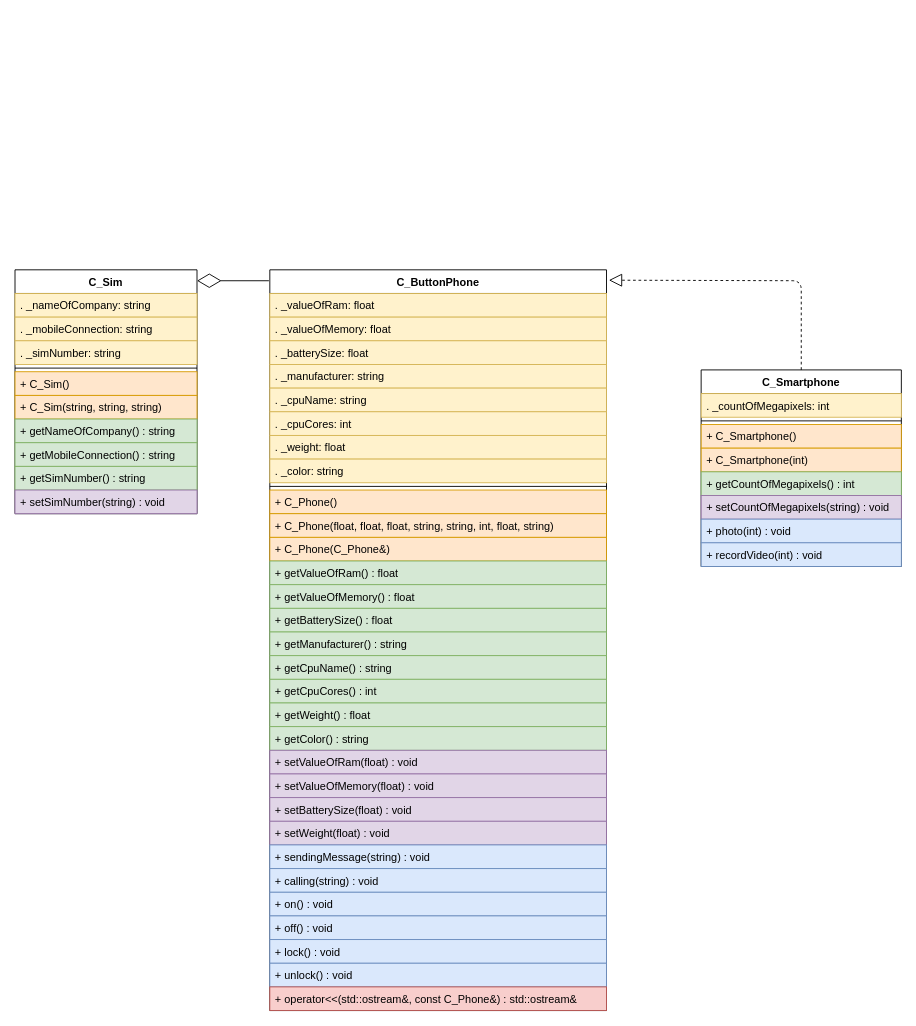
Earlier version of the draw.io diagram Untitled Diagram.drawio (Bogdan0012/UML-works). Source tidied: cells renumbered, new cells numbered last; positions are measured from the earlier drawing's top-left corner, leaving out a move shared by most shapes. Both pictures are drawn from the tidied source at 91%, with x=0, y=0 at pixel (15, 269).
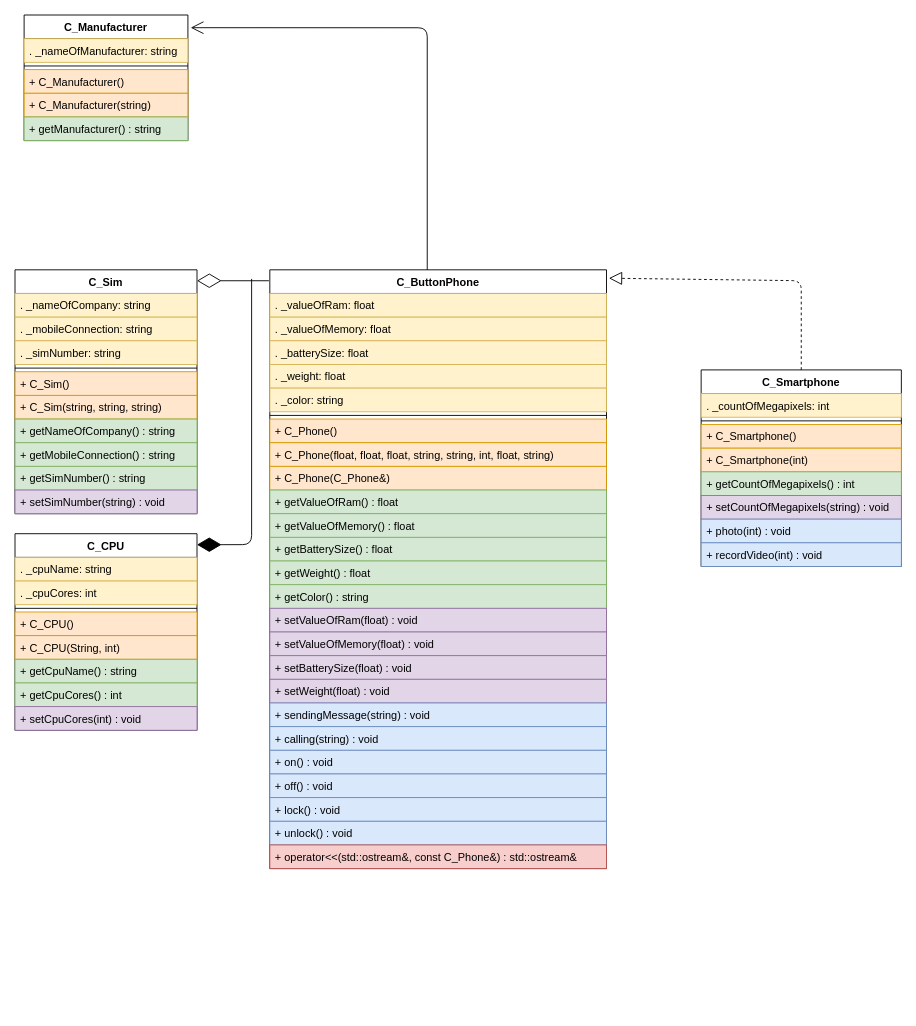
The same diagram, later.

The edit, as a diff of the source:
```diff
@@
     <mxCell id="2" value="C_ButtonPhone" style="swimlane;fontStyle=1;align=center;verticalAlign=top;horizontal=1;startSize=26;" parent="1" vertex="1">
-      <mxGeometry x="280" width="370" height="814" as="geometry" />
+      <mxGeometry x="280" width="370" height="658" as="geometry" />
     </mxCell>
@@
-    <mxCell id="6" value=". _manufacturer: string" style="text;strokeColor=#d6b656;fillColor=#fff2cc;align=left;verticalAlign=top;spacingLeft=4;spacingRight=4;overflow=hidden;" parent="2" vertex="1">
-      <mxGeometry y="104" width="370" height="26" as="geometry" />
-    </mxCell>
-    <mxCell id="7" value=". _cpuName: string" style="text;strokeColor=#d6b656;fillColor=#fff2cc;align=left;verticalAlign=top;spacingLeft=4;spacingRight=4;overflow=hidden;" parent="2" vertex="1">
-      <mxGeometry y="130" width="370" height="26" as="geometry" />
-    </mxCell>
-    <mxCell id="8" value=". _cpuCores: int" style="text;strokeColor=#d6b656;fillColor=#fff2cc;align=left;verticalAlign=top;spacingLeft=4;spacingRight=4;overflow=hidden;" parent="2" vertex="1">
-      <mxGeometry y="156" width="370" height="26" as="geometry" />
-    </mxCell>
     <mxCell id="9" value=". _weight: float" style="text;strokeColor=#d6b656;fillColor=#fff2cc;align=left;verticalAlign=top;spacingLeft=4;spacingRight=4;overflow=hidden;" parent="2" vertex="1">
-      <mxGeometry y="182" width="370" height="26" as="geometry" />
+      <mxGeometry y="104" width="370" height="26" as="geometry" />
     </mxCell>
     <mxCell id="10" value=". _color: string" style="text;strokeColor=#d6b656;fillColor=#fff2cc;align=left;verticalAlign=top;spacingLeft=4;spacingRight=4;overflow=hidden;" parent="2" vertex="1">
-      <mxGeometry y="208" width="370" height="26" as="geometry" />
+      <mxGeometry y="130" width="370" height="26" as="geometry" />
     </mxCell>
     <mxCell id="11" style="line;strokeWidth=1;fillColor=none;align=left;verticalAlign=middle;spacingTop=-1;spacingLeft=3;spacingRight=3;labelPosition=right;" parent="2" vertex="1">
-      <mxGeometry y="234" width="370" height="8" as="geometry" />
+      <mxGeometry y="156" width="370" height="8" as="geometry" />
     </mxCell>
     <mxCell id="12" value="+ C_Phone()" style="text;strokeColor=#d79b00;fillColor=#ffe6cc;align=left;verticalAlign=top;spacingLeft=4;spacingRight=4;overflow=hidden;" parent="2" vertex="1">
-      <mxGeometry y="242" width="370" height="26" as="geometry" />
+      <mxGeometry y="164" width="370" height="26" as="geometry" />
     </mxCell>
     <mxCell id="13" value="+ C_Phone(float, float, float, string, string, int, float, string)" style="text;strokeColor=#d79b00;fillColor=#ffe6cc;align=left;verticalAlign=top;spacingLeft=4;spacingRight=4;overflow=hidden;" parent="2" vertex="1">
-      <mxGeometry y="268" width="370" height="26" as="geometry" />
+      <mxGeometry y="190" width="370" height="26" as="geometry" />
     </mxCell>
     <mxCell id="14" value="+ C_Phone(C_Phone&amp;)" style="text;strokeColor=#d79b00;fillColor=#ffe6cc;align=left;verticalAlign=top;spacingLeft=4;spacingRight=4;overflow=hidden;" parent="2" vertex="1">
-      <mxGeometry y="294" width="370" height="26" as="geometry" />
+      <mxGeometry y="216" width="370" height="26" as="geometry" />
     </mxCell>
     <mxCell id="15" value="+ getValueOfRam() : float" style="text;strokeColor=#82b366;fillColor=#d5e8d4;align=left;verticalAlign=top;spacingLeft=4;spacingRight=4;overflow=hidden;" parent="2" vertex="1">
-      <mxGeometry y="320" width="370" height="26" as="geometry" />
+      <mxGeometry y="242" width="370" height="26" as="geometry" />
     </mxCell>
     <mxCell id="16" value="+ getValueOfMemory() : float" style="text;strokeColor=#82b366;fillColor=#d5e8d4;align=left;verticalAlign=top;spacingLeft=4;spacingRight=4;overflow=hidden;" parent="2" vertex="1">
-      <mxGeometry y="346" width="370" height="26" as="geometry" />
+      <mxGeometry y="268" width="370" height="26" as="geometry" />
     </mxCell>
     <mxCell id="17" value="+ getBatterySize() : float" style="text;strokeColor=#82b366;fillColor=#d5e8d4;align=left;verticalAlign=top;spacingLeft=4;spacingRight=4;overflow=hidden;" parent="2" vertex="1">
-      <mxGeometry y="372" width="370" height="26" as="geometry" />
+      <mxGeometry y="294" width="370" height="26" as="geometry" />
     </mxCell>
-    <mxCell id="18" value="+ getManufacturer() : string" style="text;strokeColor=#82b366;fillColor=#d5e8d4;align=left;verticalAlign=top;spacingLeft=4;spacingRight=4;overflow=hidden;" parent="2" vertex="1">
-      <mxGeometry y="398" width="370" height="26" as="geometry" />
-    </mxCell>
-    <mxCell id="19" value="+ getCpuName() : string" style="text;strokeColor=#82b366;fillColor=#d5e8d4;align=left;verticalAlign=top;spacingLeft=4;spacingRight=4;overflow=hidden;" parent="2" vertex="1">
-      <mxGeometry y="424" width="370" height="26" as="geometry" />
-    </mxCell>
-    <mxCell id="20" value="+ getCpuCores() : int" style="text;strokeColor=#82b366;fillColor=#d5e8d4;align=left;verticalAlign=top;spacingLeft=4;spacingRight=4;overflow=hidden;" parent="2" vertex="1">
-      <mxGeometry y="450" width="370" height="26" as="geometry" />
-    </mxCell>
     <mxCell id="21" value="+ getWeight() : float" style="text;strokeColor=#82b366;fillColor=#d5e8d4;align=left;verticalAlign=top;spacingLeft=4;spacingRight=4;overflow=hidden;" parent="2" vertex="1">
-      <mxGeometry y="476" width="370" height="26" as="geometry" />
+      <mxGeometry y="320" width="370" height="26" as="geometry" />
     </mxCell>
     <mxCell id="22" value="+ getColor() : string" style="text;strokeColor=#82b366;fillColor=#d5e8d4;align=left;verticalAlign=top;spacingLeft=4;spacingRight=4;overflow=hidden;" parent="2" vertex="1">
-      <mxGeometry y="502" width="370" height="26" as="geometry" />
+      <mxGeometry y="346" width="370" height="26" as="geometry" />
     </mxCell>
     <mxCell id="23" value="+ setValueOfRam(float) : void" style="text;strokeColor=#9673a6;fillColor=#e1d5e7;align=left;verticalAlign=top;spacingLeft=4;spacingRight=4;overflow=hidden;" parent="2" vertex="1">
-      <mxGeometry y="528" width="370" height="26" as="geometry" />
+      <mxGeometry y="372" width="370" height="26" as="geometry" />
     </mxCell>
     <mxCell id="24" value="+ setValueOfMemory(float) : void" style="text;strokeColor=#9673a6;fillColor=#e1d5e7;align=left;verticalAlign=top;spacingLeft=4;spacingRight=4;overflow=hidden;" parent="2" vertex="1">
-      <mxGeometry y="554" width="370" height="26" as="geometry" />
+      <mxGeometry y="398" width="370" height="26" as="geometry" />
     </mxCell>
     <mxCell id="25" value="+ setBatterySize(float) : void" style="text;strokeColor=#9673a6;fillColor=#e1d5e7;align=left;verticalAlign=top;spacingLeft=4;spacingRight=4;overflow=hidden;" parent="2" vertex="1">
-      <mxGeometry y="580" width="370" height="26" as="geometry" />
+      <mxGeometry y="424" width="370" height="26" as="geometry" />
     </mxCell>
     <mxCell id="26" value="+ setWeight(float) : void" style="text;strokeColor=#9673a6;fillColor=#e1d5e7;align=left;verticalAlign=top;spacingLeft=4;spacingRight=4;overflow=hidden;" parent="2" vertex="1">
-      <mxGeometry y="606" width="370" height="26" as="geometry" />
+      <mxGeometry y="450" width="370" height="26" as="geometry" />
     </mxCell>
     <mxCell id="27" value="+ sendingMessage(string) : void" style="text;strokeColor=#6c8ebf;fillColor=#dae8fc;align=left;verticalAlign=top;spacingLeft=4;spacingRight=4;overflow=hidden;" parent="2" vertex="1">
-      <mxGeometry y="632" width="370" height="26" as="geometry" />
+      <mxGeometry y="476" width="370" height="26" as="geometry" />
     </mxCell>
     <mxCell id="28" value="+ calling(string) : void" style="text;strokeColor=#6c8ebf;fillColor=#dae8fc;align=left;verticalAlign=top;spacingLeft=4;spacingRight=4;overflow=hidden;" parent="2" vertex="1">
-      <mxGeometry y="658" width="370" height="26" as="geometry" />
+      <mxGeometry y="502" width="370" height="26" as="geometry" />
     </mxCell>
     <mxCell id="29" value="+ on() : void" style="text;strokeColor=#6c8ebf;fillColor=#dae8fc;align=left;verticalAlign=top;spacingLeft=4;spacingRight=4;overflow=hidden;" parent="2" vertex="1">
-      <mxGeometry y="684" width="370" height="26" as="geometry" />
+      <mxGeometry y="528" width="370" height="26" as="geometry" />
     </mxCell>
     <mxCell id="30" value="+ off() : void" style="text;strokeColor=#6c8ebf;fillColor=#dae8fc;align=left;verticalAlign=top;spacingLeft=4;spacingRight=4;overflow=hidden;" parent="2" vertex="1">
-      <mxGeometry y="710" width="370" height="26" as="geometry" />
+      <mxGeometry y="554" width="370" height="26" as="geometry" />
     </mxCell>
     <mxCell id="31" value="+ lock() : void" style="text;strokeColor=#6c8ebf;fillColor=#dae8fc;align=left;verticalAlign=top;spacingLeft=4;spacingRight=4;overflow=hidden;" parent="2" vertex="1">
-      <mxGeometry y="736" width="370" height="26" as="geometry" />
+      <mxGeometry y="580" width="370" height="26" as="geometry" />
     </mxCell>
     <mxCell id="32" value="+ unlock() : void" style="text;strokeColor=#6c8ebf;fillColor=#dae8fc;align=left;verticalAlign=top;spacingLeft=4;spacingRight=4;overflow=hidden;" parent="2" vertex="1">
-      <mxGeometry y="762" width="370" height="26" as="geometry" />
+      <mxGeometry y="606" width="370" height="26" as="geometry" />
     </mxCell>
     <mxCell id="33" value="+ operator&lt;&lt;(std::ostream&amp;, const C_Phone&amp;) : std::ostream&amp;" style="text;strokeColor=#b85450;fillColor=#f8cecc;align=left;verticalAlign=top;spacingLeft=4;spacingRight=4;overflow=hidden;" parent="2" vertex="1">
-      <mxGeometry y="788" width="370" height="26" as="geometry" />
+      <mxGeometry y="632" width="370" height="26" as="geometry" />
     </mxCell>
@@
+    <mxCell id="56" value="C_CPU" style="swimlane;fontStyle=1;align=center;verticalAlign=top;horizontal=1;startSize=26;" parent="1" vertex="1">
+      <mxGeometry y="290" width="200" height="216" as="geometry" />
+    </mxCell>
+    <mxCell id="7" value=". _cpuName: string" style="text;strokeColor=#d6b656;fillColor=#fff2cc;align=left;verticalAlign=top;spacingLeft=4;spacingRight=4;overflow=hidden;" parent="56" vertex="1">
+      <mxGeometry y="26" width="200" height="26" as="geometry" />
+    </mxCell>
+    <mxCell id="8" value=". _cpuCores: int" style="text;strokeColor=#d6b656;fillColor=#fff2cc;align=left;verticalAlign=top;spacingLeft=4;spacingRight=4;overflow=hidden;" parent="56" vertex="1">
+      <mxGeometry y="52" width="200" height="26" as="geometry" />
+    </mxCell>
+    <mxCell id="57" style="line;strokeWidth=1;fillColor=none;align=left;verticalAlign=middle;spacingTop=-1;spacingLeft=3;spacingRight=3;labelPosition=right;" parent="56" vertex="1">
+      <mxGeometry y="78" width="200" height="8" as="geometry" />
+    </mxCell>
+    <mxCell id="58" value="+ C_CPU()" style="text;strokeColor=#d79b00;fillColor=#ffe6cc;align=left;verticalAlign=top;spacingLeft=4;spacingRight=4;overflow=hidden;" parent="56" vertex="1">
+      <mxGeometry y="86" width="200" height="26" as="geometry" />
+    </mxCell>
+    <mxCell id="59" value="+ C_CPU(String, int)" style="text;strokeColor=#d79b00;fillColor=#ffe6cc;align=left;verticalAlign=top;spacingLeft=4;spacingRight=4;overflow=hidden;" parent="56" vertex="1">
+      <mxGeometry y="112" width="200" height="26" as="geometry" />
+    </mxCell>
+    <mxCell id="19" value="+ getCpuName() : string" style="text;strokeColor=#82b366;fillColor=#d5e8d4;align=left;verticalAlign=top;spacingLeft=4;spacingRight=4;overflow=hidden;" parent="56" vertex="1">
+      <mxGeometry y="138" width="200" height="26" as="geometry" />
+    </mxCell>
+    <mxCell id="20" value="+ getCpuCores() : int" style="text;strokeColor=#82b366;fillColor=#d5e8d4;align=left;verticalAlign=top;spacingLeft=4;spacingRight=4;overflow=hidden;" parent="56" vertex="1">
+      <mxGeometry y="164" width="200" height="26" as="geometry" />
+    </mxCell>
+    <mxCell id="60" value="+ setCpuCores(int) : void" style="text;strokeColor=#9673a6;fillColor=#e1d5e7;align=left;verticalAlign=top;spacingLeft=4;spacingRight=4;overflow=hidden;" parent="56" vertex="1">
+      <mxGeometry y="190" width="200" height="26" as="geometry" />
+    </mxCell>
+    <mxCell id="61" style="endArrow=diamondThin;endFill=1;endSize=24;html=1;entryX=1;entryY=0.056;entryDx=0;entryDy=0;entryPerimeter=0;" parent="1" edge="1" target="56">
+      <mxGeometry relative="1" as="geometry">
+        <mxPoint x="260" y="10" as="sourcePoint" />
+        <Array as="points">
+          <mxPoint x="260" y="302" />
+        </Array>
+      </mxGeometry>
+    </mxCell>
+    <mxCell id="62" value="C_Manufacturer" style="swimlane;fontStyle=1;align=center;verticalAlign=top;horizontal=1;startSize=26;" parent="1" vertex="1">
+      <mxGeometry x="10" y="-280" width="180" height="138" as="geometry" />
+    </mxCell>
+    <mxCell id="63" value=". _nameOfManufacturer: string" style="text;strokeColor=#d6b656;fillColor=#fff2cc;align=left;verticalAlign=top;spacingLeft=4;spacingRight=4;overflow=hidden;" parent="62" vertex="1">
+      <mxGeometry y="26" width="180" height="26" as="geometry" />
+    </mxCell>
+    <mxCell id="64" style="line;strokeWidth=1;fillColor=none;align=left;verticalAlign=middle;spacingTop=-1;spacingLeft=3;spacingRight=3;labelPosition=right;" parent="62" vertex="1">
+      <mxGeometry y="52" width="180" height="8" as="geometry" />
+    </mxCell>
+    <mxCell id="65" value="+ C_Manufacturer()" style="text;strokeColor=#d79b00;fillColor=#ffe6cc;align=left;verticalAlign=top;spacingLeft=4;spacingRight=4;overflow=hidden;" parent="62" vertex="1">
+      <mxGeometry y="60" width="180" height="26" as="geometry" />
+    </mxCell>
+    <mxCell id="66" value="+ C_Manufacturer(string)" style="text;strokeColor=#d79b00;fillColor=#ffe6cc;align=left;verticalAlign=top;spacingLeft=4;spacingRight=4;overflow=hidden;" parent="62" vertex="1">
+      <mxGeometry y="86" width="180" height="26" as="geometry" />
+    </mxCell>
+    <mxCell id="18" value="+ getManufacturer() : string" style="text;strokeColor=#82b366;fillColor=#d5e8d4;align=left;verticalAlign=top;spacingLeft=4;spacingRight=4;overflow=hidden;" parent="62" vertex="1">
+      <mxGeometry y="112" width="180" height="26" as="geometry" />
+    </mxCell>
+    <mxCell id="67" style="endArrow=open;endFill=1;endSize=12;html=1;entryX=1.017;entryY=0.101;entryDx=0;entryDy=0;entryPerimeter=0;" parent="1" edge="1" target="62">
+      <mxGeometry relative="1" as="geometry">
+        <mxPoint x="453" as="sourcePoint" />
+        <Array as="points">
+          <mxPoint x="453" y="-266" />
+        </Array>
+      </mxGeometry>
+    </mxCell>
```
